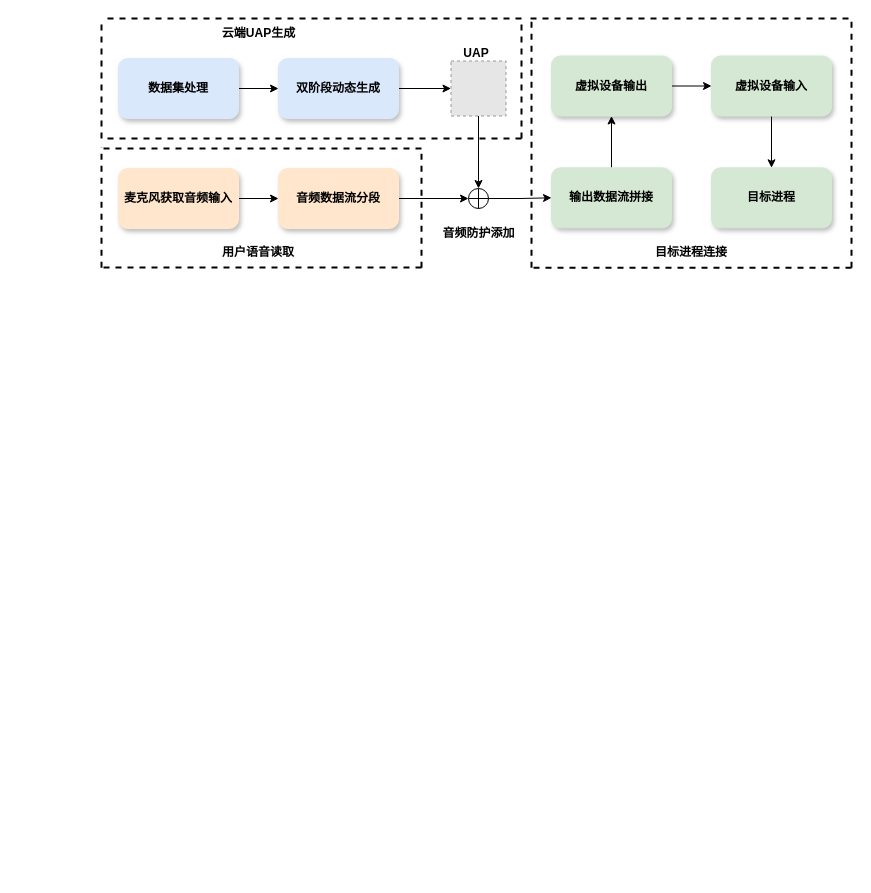
Momoyeyu/Draw.io-Repo keeps this draw.io diagram as 信安作品赛-系统流程图.drawio. Above is the earlier version. Source tidied: cells renumbered, new cells numbered last; positions are measured from the earlier drawing's top-left corner, leaving out a move shared by most shapes. Both pictures are drawn from the tidied source at 100%, with x=0, y=0 at pixel (101, 18). Pictures stored in the file or linked from it are replaced by grey dashed boxes.
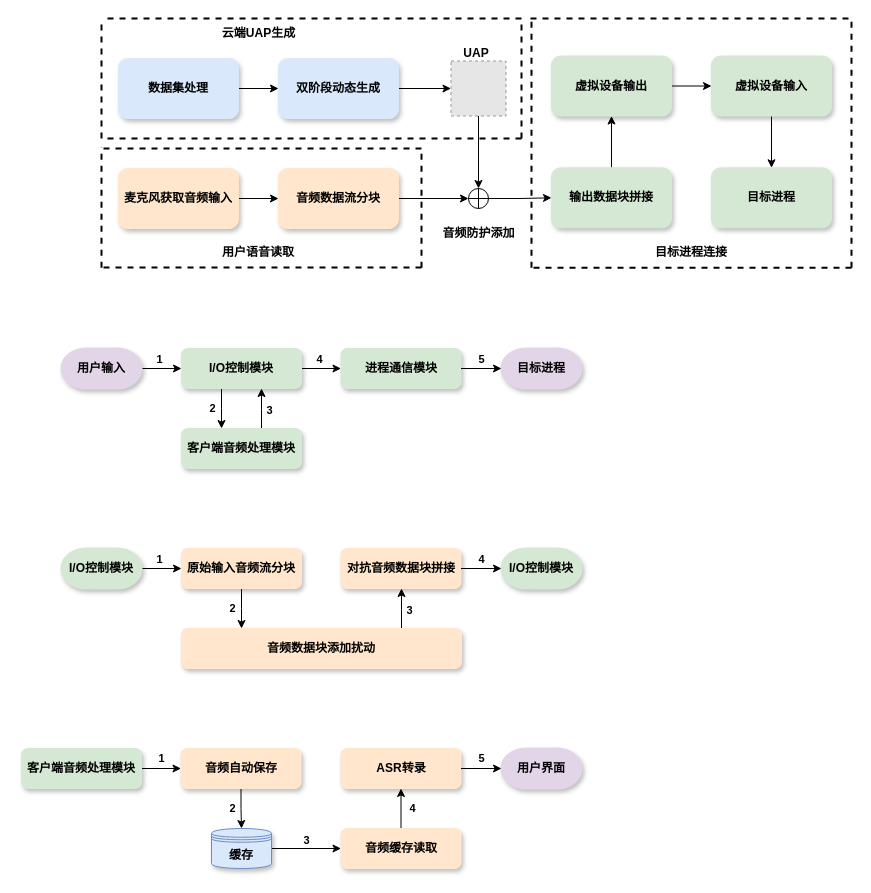
Above is the later version.

Commit message:
更新信安作品赛-系统流程图.drawio

Change to the diagram source:
```diff
@@
-    <mxCell id="4" value="音频数据流分段" style="rounded=1;whiteSpace=wrap;html=1;fontStyle=1;fillColor=#FFE6CC;strokeColor=#FFE6CC;shadow=1;" parent="1" vertex="1">
+    <mxCell id="4" value="音频数据流分块" style="rounded=1;whiteSpace=wrap;html=1;fontStyle=1;fillColor=#FFE6CC;strokeColor=#FFE6CC;shadow=1;align=center;verticalAlign=middle;fontFamily=Helvetica;fontSize=12;fontColor=default;" parent="1" vertex="1">
       <mxGeometry x="177" y="150" width="120" height="60" as="geometry" />
     </mxCell>
@@
-    <mxCell id="10" value="输出数据流拼接" style="rounded=1;whiteSpace=wrap;html=1;fontStyle=1;fillColor=#d5e8d4;strokeColor=#D5E8D4;shadow=1;" parent="1" vertex="1">
+    <mxCell id="10" value="输出数据块拼接" style="rounded=1;whiteSpace=wrap;html=1;fontStyle=1;fillColor=#d5e8d4;strokeColor=#D5E8D4;shadow=1;" parent="1" vertex="1">
       <mxGeometry x="450" y="149.3" width="120" height="60" as="geometry" />
     </mxCell>
@@
+    <mxCell id="38" style="edgeStyle=orthogonalEdgeStyle;rounded=0;jettySize=auto;html=1;exitX=1;exitY=0.5;exitDx=0;exitDy=0;entryX=0;entryY=0.5;entryDx=0;entryDy=0;fontStyle=1;" parent="1" edge="1" source="42" target="43">
+      <mxGeometry relative="1" as="geometry" />
+    </mxCell>
+    <mxCell id="39" value="4" style="edgeLabel;html=1;align=center;verticalAlign=middle;fontStyle=1;" parent="38" vertex="1">
+      <mxGeometry x="-0.05" relative="1" as="geometry">
+        <mxPoint x="-2" y="-10" as="offset" />
+      </mxGeometry>
+    </mxCell>
+    <mxCell id="40" style="edgeStyle=orthogonalEdgeStyle;rounded=0;orthogonalLoop=1;jettySize=auto;html=1;exitX=0.25;exitY=1;exitDx=0;exitDy=0;entryX=0.25;entryY=0;entryDx=0;entryDy=0;fontStyle=1;" parent="1" edge="1">
+      <mxGeometry relative="1" as="geometry">
+        <mxPoint x="120" y="370" as="sourcePoint" />
+        <mxPoint x="120" y="410" as="targetPoint" />
+        <Array as="points">
+          <mxPoint x="120" y="390" />
+          <mxPoint x="120" y="390" />
+        </Array>
+      </mxGeometry>
+    </mxCell>
+    <mxCell id="41" value="2" style="edgeLabel;html=1;align=center;verticalAlign=middle;fontStyle=1;" parent="40" vertex="1">
+      <mxGeometry x="-0.04" y="1" relative="1" as="geometry">
+        <mxPoint x="-11" as="offset" />
+      </mxGeometry>
+    </mxCell>
+    <mxCell id="42" value="I/O控制模块" style="rounded=1;whiteSpace=wrap;html=1;fontStyle=1;fillColor=#d5e8d4;strokeColor=#D5E8D4;shadow=1;align=center;verticalAlign=middle;fontFamily=Helvetica;fontSize=12;fontColor=default;" parent="1" vertex="1">
+      <mxGeometry x="80" y="330" width="120" height="40" as="geometry" />
+    </mxCell>
+    <mxCell id="43" value="进程通信模块" style="rounded=1;whiteSpace=wrap;html=1;fontStyle=1;fillColor=#d5e8d4;strokeColor=#D5E8D4;shadow=1;align=center;verticalAlign=middle;fontFamily=Helvetica;fontSize=12;fontColor=default;" parent="1" vertex="1">
+      <mxGeometry x="239.5" y="330" width="120" height="40" as="geometry" />
+    </mxCell>
+    <mxCell id="44" style="edgeStyle=orthogonalEdgeStyle;rounded=0;orthogonalLoop=1;jettySize=auto;html=1;exitX=0.75;exitY=0;exitDx=0;exitDy=0;entryX=0.75;entryY=1;entryDx=0;entryDy=0;fontStyle=1;" parent="1" edge="1">
+      <mxGeometry relative="1" as="geometry">
+        <mxPoint x="160" y="410" as="sourcePoint" />
+        <mxPoint x="160" y="370" as="targetPoint" />
+        <Array as="points">
+          <mxPoint x="160" y="391" />
+          <mxPoint x="160" y="391" />
+        </Array>
+      </mxGeometry>
+    </mxCell>
+    <mxCell id="45" value="3" style="edgeLabel;html=1;align=center;verticalAlign=middle;fontStyle=1;" parent="44" vertex="1">
+      <mxGeometry x="-0.13" y="-1" relative="1" as="geometry">
+        <mxPoint x="6" y="-2" as="offset" />
+      </mxGeometry>
+    </mxCell>
+    <mxCell id="46" value="客户端音频处理模块" style="rounded=1;whiteSpace=wrap;html=1;fontStyle=1;fillColor=#d5e8d4;strokeColor=#D5E8D4;shadow=1;align=center;verticalAlign=middle;fontFamily=Helvetica;fontSize=12;fontColor=default;" parent="1" vertex="1">
+      <mxGeometry x="80" y="410" width="120" height="40" as="geometry" />
+    </mxCell>
+    <mxCell id="47" style="edgeStyle=orthogonalEdgeStyle;rounded=0;jettySize=auto;html=1;exitX=1;exitY=0.5;exitDx=0;exitDy=0;exitPerimeter=0;entryX=0;entryY=0.5;entryDx=0;entryDy=0;fontStyle=1;" parent="1" edge="1" source="49" target="42">
+      <mxGeometry relative="1" as="geometry" />
+    </mxCell>
+    <mxCell id="48" value="1" style="edgeLabel;html=1;align=center;verticalAlign=middle;fontStyle=1;" parent="47" vertex="1">
+      <mxGeometry x="-0.15" relative="1" as="geometry">
+        <mxPoint y="-10" as="offset" />
+      </mxGeometry>
+    </mxCell>
+    <mxCell id="49" value="用户输入" style="strokeWidth=2;html=1;shape=mxgraph.flowchart.terminator;whiteSpace=wrap;fillColor=#E1D5E7;strokeColor=#E1D5E7;fontStyle=1;shadow=1;" parent="1" vertex="1">
+      <mxGeometry x="-40" y="330" width="80" height="40" as="geometry" />
+    </mxCell>
+    <mxCell id="50" value="目标进程" style="strokeWidth=2;html=1;shape=mxgraph.flowchart.terminator;whiteSpace=wrap;fillColor=#E1D5E7;strokeColor=#E1D5E7;fontStyle=1;shadow=1;" parent="1" vertex="1">
+      <mxGeometry x="400" y="330" width="80" height="40" as="geometry" />
+    </mxCell>
+    <mxCell id="51" style="edgeStyle=orthogonalEdgeStyle;rounded=0;jettySize=auto;html=1;exitX=1;exitY=0.5;exitDx=0;exitDy=0;entryX=0;entryY=0.5;entryDx=0;entryDy=0;entryPerimeter=0;fontStyle=1;" parent="1" edge="1" source="43" target="50">
+      <mxGeometry relative="1" as="geometry" />
+    </mxCell>
+    <mxCell id="52" value="5" style="edgeLabel;html=1;align=center;verticalAlign=middle;fontStyle=1;" parent="51" vertex="1">
+      <mxGeometry x="-0.03" y="3" relative="1" as="geometry">
+        <mxPoint y="-7" as="offset" />
+      </mxGeometry>
+    </mxCell>
+    <mxCell id="53" style="edgeStyle=orthogonalEdgeStyle;rounded=0;orthogonalLoop=1;jettySize=auto;html=1;exitX=0.25;exitY=1;exitDx=0;exitDy=0;entryX=0.25;entryY=0;entryDx=0;entryDy=0;fontStyle=1;" parent="1" edge="1">
+      <mxGeometry relative="1" as="geometry">
+        <mxPoint x="140" y="570" as="sourcePoint" />
+        <mxPoint x="140" y="610" as="targetPoint" />
+        <Array as="points">
+          <mxPoint x="140" y="590" />
+          <mxPoint x="140" y="590" />
+        </Array>
+      </mxGeometry>
+    </mxCell>
+    <mxCell id="54" value="2" style="edgeLabel;html=1;align=center;verticalAlign=middle;fontStyle=1;" parent="53" vertex="1">
+      <mxGeometry x="-0.04" y="1" relative="1" as="geometry">
+        <mxPoint x="-11" as="offset" />
+      </mxGeometry>
+    </mxCell>
+    <mxCell id="55" value="原始输入音频流分块" style="rounded=1;whiteSpace=wrap;html=1;fontStyle=1;fillColor=#FFE6CC;strokeColor=#FFE6CC;shadow=1;align=center;verticalAlign=middle;fontFamily=Helvetica;fontSize=12;fontColor=default;" parent="1" vertex="1">
+      <mxGeometry x="80" y="530" width="120" height="40" as="geometry" />
+    </mxCell>
+    <mxCell id="56" value="对抗音频数据块拼接" style="rounded=1;whiteSpace=wrap;html=1;fontStyle=1;fillColor=#FFE6CC;strokeColor=#FFE6CC;shadow=1;align=center;verticalAlign=middle;fontFamily=Helvetica;fontSize=12;fontColor=default;" parent="1" vertex="1">
+      <mxGeometry x="239.5" y="530" width="120" height="40" as="geometry" />
+    </mxCell>
+    <mxCell id="57" style="edgeStyle=orthogonalEdgeStyle;rounded=0;orthogonalLoop=1;jettySize=auto;html=1;exitX=0.75;exitY=0;exitDx=0;exitDy=0;entryX=0.75;entryY=1;entryDx=0;entryDy=0;fontStyle=1;" parent="1" edge="1">
+      <mxGeometry relative="1" as="geometry">
+        <mxPoint x="300" y="610" as="sourcePoint" />
+        <mxPoint x="300" y="570" as="targetPoint" />
+        <Array as="points">
+          <mxPoint x="300" y="591" />
+          <mxPoint x="300" y="591" />
+        </Array>
+      </mxGeometry>
+    </mxCell>
+    <mxCell id="58" value="3" style="edgeLabel;html=1;align=center;verticalAlign=middle;fontStyle=1;" parent="57" vertex="1">
+      <mxGeometry x="-0.13" y="-1" relative="1" as="geometry">
+        <mxPoint x="6" y="-2" as="offset" />
+      </mxGeometry>
+    </mxCell>
+    <mxCell id="59" value="音频数据块添加扰动" style="rounded=1;whiteSpace=wrap;html=1;fontStyle=1;fillColor=#FFE6CC;strokeColor=#FFE6CC;shadow=1;align=center;verticalAlign=middle;fontFamily=Helvetica;fontSize=12;fontColor=default;" parent="1" vertex="1">
+      <mxGeometry x="80" y="610" width="280" height="40" as="geometry" />
+    </mxCell>
+    <mxCell id="60" style="edgeStyle=orthogonalEdgeStyle;rounded=0;jettySize=auto;html=1;exitX=1;exitY=0.5;exitDx=0;exitDy=0;exitPerimeter=0;entryX=0;entryY=0.5;entryDx=0;entryDy=0;fontStyle=1;" parent="1" edge="1" source="62" target="55">
+      <mxGeometry relative="1" as="geometry" />
+    </mxCell>
+    <mxCell id="61" value="1" style="edgeLabel;html=1;align=center;verticalAlign=middle;fontStyle=1;" parent="60" vertex="1">
+      <mxGeometry x="-0.15" relative="1" as="geometry">
+        <mxPoint y="-10" as="offset" />
+      </mxGeometry>
+    </mxCell>
+    <mxCell id="62" value="I/O控制模块" style="strokeWidth=2;html=1;shape=mxgraph.flowchart.terminator;whiteSpace=wrap;fillColor=#d5e8d4;strokeColor=#D5E8D4;fontStyle=1;shadow=1;rounded=1;align=center;verticalAlign=middle;fontFamily=Helvetica;fontSize=12;fontColor=default;" parent="1" vertex="1">
+      <mxGeometry x="-40" y="530" width="80" height="40" as="geometry" />
+    </mxCell>
+    <mxCell id="63" value="I/O控制模块" style="strokeWidth=2;html=1;shape=mxgraph.flowchart.terminator;whiteSpace=wrap;fillColor=#d5e8d4;strokeColor=#D5E8D4;fontStyle=1;shadow=1;rounded=1;align=center;verticalAlign=middle;fontFamily=Helvetica;fontSize=12;fontColor=default;" parent="1" vertex="1">
+      <mxGeometry x="400" y="530" width="80" height="40" as="geometry" />
+    </mxCell>
+    <mxCell id="64" style="edgeStyle=orthogonalEdgeStyle;rounded=0;jettySize=auto;html=1;exitX=1;exitY=0.5;exitDx=0;exitDy=0;entryX=0;entryY=0.5;entryDx=0;entryDy=0;entryPerimeter=0;fontStyle=1;" parent="1" edge="1" source="56" target="63">
+      <mxGeometry relative="1" as="geometry" />
+    </mxCell>
+    <mxCell id="65" value="4" style="edgeLabel;html=1;align=center;verticalAlign=middle;fontStyle=1;" parent="64" vertex="1">
+      <mxGeometry x="-0.03" y="3" relative="1" as="geometry">
+        <mxPoint y="-7" as="offset" />
+      </mxGeometry>
+    </mxCell>
+    <mxCell id="66" value="1" style="edgeStyle=orthogonalEdgeStyle;rounded=0;jettySize=auto;html=1;exitX=1;exitY=0.5;exitDx=0;exitDy=0;entryX=0;entryY=0.5;entryDx=0;entryDy=0;fontStyle=1;" parent="1" edge="1" source="67" target="69">
+      <mxGeometry x="0.01" y="10" relative="1" as="geometry" />
+    </mxCell>
+    <mxCell id="67" value="客户端音频处理模块" style="rounded=1;whiteSpace=wrap;html=1;fontStyle=1;fillColor=#d5e8d4;strokeColor=#D5E8D4;shadow=1;align=center;verticalAlign=middle;fontFamily=Helvetica;fontSize=12;fontColor=default;" parent="1" vertex="1">
+      <mxGeometry x="-80" y="730" width="120" height="40" as="geometry" />
+    </mxCell>
+    <mxCell id="68" value="2" style="edgeStyle=orthogonalEdgeStyle;rounded=0;jettySize=auto;html=1;exitX=0.5;exitY=1;exitDx=0;exitDy=0;entryX=0.5;entryY=0;entryDx=0;entryDy=0;fontStyle=1;" parent="1" edge="1" source="69" target="72">
+      <mxGeometry x="-0.01" y="-9" relative="1" as="geometry">
+        <mxPoint x="-9" y="-9" as="offset" />
+      </mxGeometry>
+    </mxCell>
+    <mxCell id="69" value="音频自动保存" style="rounded=1;whiteSpace=wrap;html=1;fontStyle=1;fillColor=#FFE6CC;strokeColor=#FFE6CC;shadow=1;align=center;verticalAlign=middle;fontFamily=Helvetica;fontSize=12;fontColor=default;" parent="1" vertex="1">
+      <mxGeometry x="79.5" y="730" width="120" height="40" as="geometry" />
+    </mxCell>
+    <mxCell id="70" value="ASR转录" style="rounded=1;whiteSpace=wrap;html=1;fontStyle=1;fillColor=#FFE6CC;strokeColor=#FFE6CC;shadow=1;align=center;verticalAlign=middle;fontFamily=Helvetica;fontSize=12;fontColor=default;" parent="1" vertex="1">
+      <mxGeometry x="239.5" y="730" width="120" height="40" as="geometry" />
+    </mxCell>
+    <mxCell id="71" value="3" style="edgeStyle=orthogonalEdgeStyle;rounded=0;jettySize=auto;html=1;exitX=1;exitY=0.5;exitDx=0;exitDy=0;entryX=0;entryY=0.5;entryDx=0;entryDy=0;fontStyle=1;" parent="1" edge="1" source="72" target="74">
+      <mxGeometry y="8" relative="1" as="geometry" />
+    </mxCell>
+    <mxCell id="72" value="缓存" style="shape=datastore;whiteSpace=wrap;html=1;fillColor=#dae8fc;strokeColor=#6c8ebf;fontStyle=1;shadow=1;" parent="1" vertex="1">
+      <mxGeometry x="110" y="810" width="60" height="40" as="geometry" />
+    </mxCell>
+    <mxCell id="73" value="4" style="edgeStyle=orthogonalEdgeStyle;rounded=0;jettySize=auto;html=1;exitX=0.5;exitY=0;exitDx=0;exitDy=0;entryX=0.5;entryY=1;entryDx=0;entryDy=0;fontStyle=1;" parent="1" edge="1" source="74" target="70">
+      <mxGeometry y="-10" relative="1" as="geometry">
+        <mxPoint x="1" as="offset" />
+      </mxGeometry>
+    </mxCell>
+    <mxCell id="74" value="音频缓存读取" style="rounded=1;whiteSpace=wrap;html=1;fontStyle=1;fillColor=#FFE6CC;strokeColor=#FFE6CC;shadow=1;align=center;verticalAlign=middle;fontFamily=Helvetica;fontSize=12;fontColor=default;" parent="1" vertex="1">
+      <mxGeometry x="239.5" y="810" width="120" height="40" as="geometry" />
+    </mxCell>
+    <mxCell id="75" value="用户界面" style="strokeWidth=2;html=1;shape=mxgraph.flowchart.terminator;whiteSpace=wrap;fillColor=#E1D5E7;strokeColor=#E1D5E7;fontStyle=1;shadow=1;" parent="1" vertex="1">
+      <mxGeometry x="400" y="730" width="80" height="40" as="geometry" />
+    </mxCell>
+    <mxCell id="76" value="5" style="edgeStyle=orthogonalEdgeStyle;rounded=0;jettySize=auto;html=1;exitX=1;exitY=0.5;exitDx=0;exitDy=0;entryX=0;entryY=0.5;entryDx=0;entryDy=0;entryPerimeter=0;fontStyle=1;" parent="1" edge="1" source="70" target="75">
+      <mxGeometry x="0.01" y="10" relative="1" as="geometry" />
+    </mxCell>
```
